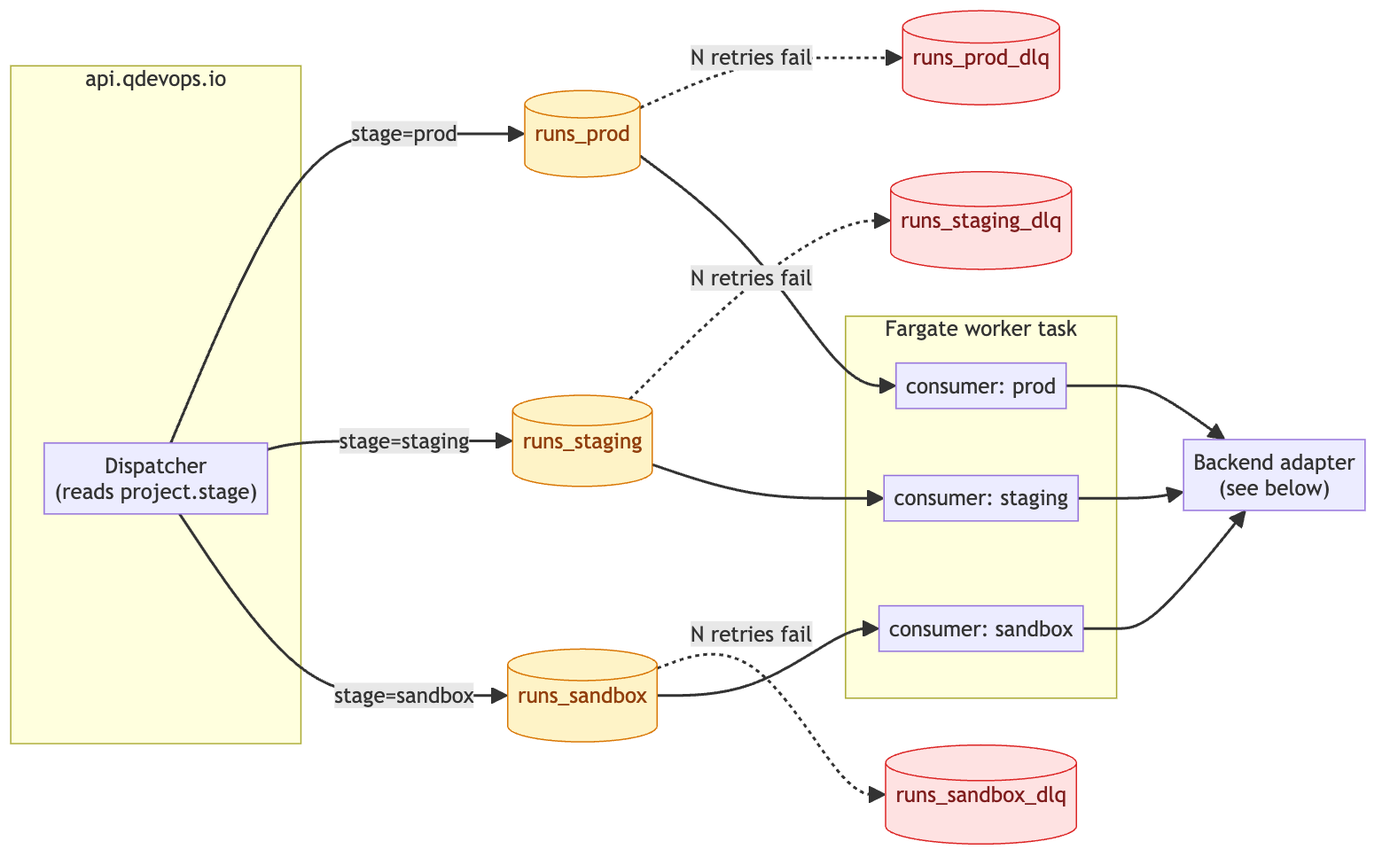
Before: docs/diagrams/02_sqs_orchestration.png, a diagram exported from Mermaid (qdevops-io/qdevops-python-sdk). Its source is kept beside it as docs/diagrams/02_sqs_orchestration.mmd. The source it was exported from:
```mermaid
flowchart LR
    subgraph API["api.qdevops.io"]
        D["Dispatcher<br/>(reads project.stage)"]
    end

    D -->|stage=prod| Qp[("runs_prod")]
    D -->|stage=staging| Qs[("runs_staging")]
    D -->|stage=sandbox| Qsb[("runs_sandbox")]

    Qp -.->|N retries fail| DLQp[("runs_prod_dlq")]
    Qs -.->|N retries fail| DLQs[("runs_staging_dlq")]
    Qsb -.->|N retries fail| DLQsb[("runs_sandbox_dlq")]

    subgraph Fargate["Fargate worker task"]
        Cp["consumer: prod"]
        Cs["consumer: staging"]
        Csb["consumer: sandbox"]
    end

    Qp --> Cp
    Qs --> Cs
    Qsb --> Csb

    Cp & Cs & Csb --> Adapter["Backend adapter<br/>(see below)"]

    classDef q fill:#fef3c7,stroke:#d97706,color:#92400e;
    classDef dlq fill:#fee2e2,stroke:#dc2626,color:#7f1d1d;
    class Qp,Qs,Qsb q;
    class DLQp,DLQs,DLQsb dlq;
```
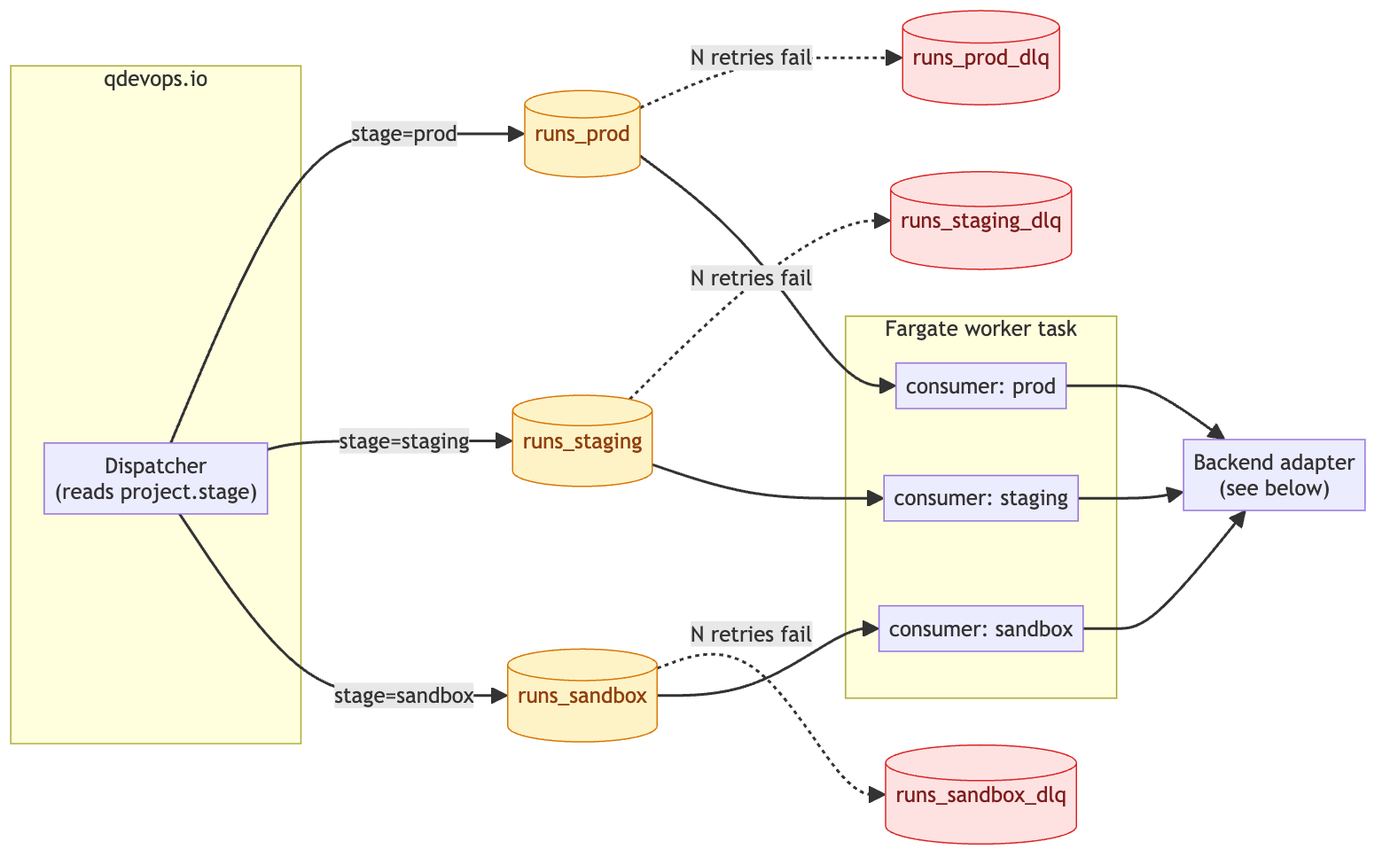
Later version of the same file.

Change to the diagram source:
```diff
@@ -1,5 +1,5 @@
 flowchart LR
-    subgraph API["api.qdevops.io"]
+    subgraph API["qdevops.io"]
         D["Dispatcher<br/>(reads project.stage)"]
     end
 
```
